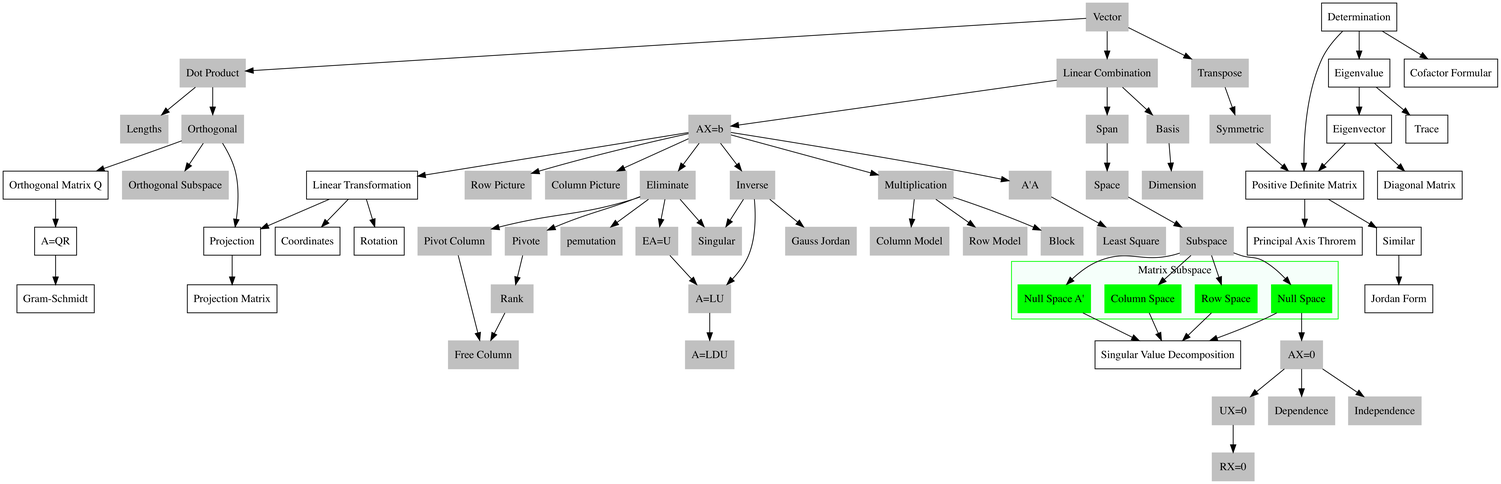
Tony-Tan/MachineLearningMath keeps this Graphviz diagram as LinearAlgebra.png. Above is the earlier version. Its source is kept beside it as LinearAlgebra/LinearAlgebra.dot. The source it was exported from:
```dot
digraph{
	dpi = 320;
	node[shape=box]
	lengths[label="Lengths",style=filled,color=gray];
	linear_combination[label="Linear Combination",style=filled,color=gray];
	row_picture[label="Row Picture",style=filled,color=gray];
	column_picture[label="Column Picture",style=filled,color=gray];
	eliminate[label="Eliminate",style=filled,color=gray];
	pivote[label="Pivote",style=filled,color=gray];
	pemutation[label="pemutation",style=filled,color=gray];
	ea_equ_u[label="EA=U",style=filled,color=gray];
	column_model[label="Column Model",style=filled,color=gray];
	row_model[label="Row Model",style=filled,color=gray];
	block[label="Block",style=filled,color=gray];
	multiplication[label="Multiplication",style=filled,color=gray]
	inverse[label="Inverse",style=filled,color=gray];
	singular[label="Singular",style=filled,color=gray];
	Gauss_Jordan[label="Gauss Jordan",style=filled,color=gray];
	a_equ_lu[label="A=LU",style=filled,color=gray];
	a_equ_ldu[label="A=LDU",style=filled,color=gray];
	transpose[label="Transpose",style=filled,color=gray];
	symmetric[label="Symmetric",style=filled,color=gray];

	space[label="Space",style=filled,color=gray];
	subspace[label="Subspace",style=filled,color=gray];

	rank_[label="Rank",style=filled,color=gray];
	pivot_column[label="Pivot Column",style=filled,color=gray];
	free_column[label="Free Column",style=filled,color=gray];
	ax_equ_0[label="AX=0",style=filled,color=gray];
	ux_equ_0[label="UX=0",style=filled,color=gray];
	rx_equ_0[label="RX=0",style=filled,color=gray];
	ax_equ_b[label="AX=b",style=filled,color=gray];
	dependence[label="Dependence",style=filled,color=gray];
	independence[label="Independence",style=filled,color=gray];
	span[label="Span",style=filled,color=gray];
	basis[label="Basis",style=filled,color=gray];
	dimension[label="Dimension",style=filled,color=gray];
	row_space[label="Row Space",style=filled,color=green];
	column_space[label="Column Space",style=filled,color=green];
	null_space[label="Null Space",style=filled,color=green];
	null_space_a_t[label="Null Space A\'",style=filled,color=green];
	subspace->row_space;
	subspace->null_space_a_t;
	subspace->column_space;
	subspace->null_space;
	subgraph cluster_sub_space{
		bgcolor="mintcream";
		label="Matrix Subspace"
		color=green;
		row_space;column_space;null_space;null_space_a_t;
	}


	vector[label="Vector",style=filled,color=gray];
	orthogonal[label="Orthogonal",style=filled,color=gray];
	orthogonal_subspace[label="Orthogonal Subspace",style=filled,color=gray];
	dot_product[label="Dot Product",style=filled,color=gray];
	projection[label="Projection"];
	projection_matrix[label="Projection Matrix"];
	least_square[label="Least Square",style=filled,color=gray];
	a_t_a[label="A\'A",style=filled,color=gray];
	orthogonal_matrix_q[label="Orthogonal Matrix Q"];
	a_equ_q_r[label="A=QR"];
	gram_schmidt[label="Gram-Schmidt"];
	determination[label="Determination"];
	cofactor_formular[label="Cofactor Formular"];
	eigenvalue[label="Eigenvalue"];
	eigenvector[label="Eigenvector"];
	trace[label="Trace"];
	diagonal_matrix[label="Diagonal Matrix"];
	positive_definite_matrix[label="Positive Definite Matrix"];
	principal_axis_theorem[label="Principal Axis Throrem"];
	similar[label="Similar"];
	Jordan_Form[label="Jordan Form"];
	singular_value_decomposition[label="Singular Value Decomposition"];
	linear_transformation[label="Linear Transformation"];
	coordinates[label="Coordinates"];
	rotation[label="Rotation"];



	edge[]
	vector->linear_combination;
	ax_equ_b->row_picture;
	ax_equ_b->a_t_a;
	ax_equ_b->column_picture;
	dot_product->lengths;
	ax_equ_b->eliminate;
	eliminate->pivote;
	eliminate->pemutation;
	eliminate->ea_equ_u;
	eliminate->singular;

	ax_equ_b->multiplication;
	ax_equ_b->inverse->singular;
	multiplication->column_model;
	multiplication->row_model;
	multiplication->block;
	inverse->Gauss_Jordan;
	inverse->a_equ_lu;
	ea_equ_u->a_equ_lu->a_equ_ldu;
	vector->transpose->symmetric;
	space->subspace;
	pivote->rank_->free_column;

	eliminate->pivot_column->free_column;

	ax_equ_0->ux_equ_0->rx_equ_0;

	null_space->ax_equ_0;
	ax_equ_0->dependence;
	ax_equ_0->independence;
	linear_combination->span;
	linear_combination->basis->dimension
	linear_combination->ax_equ_b;
	span->space;
	vector->dot_product->orthogonal->orthogonal_subspace;

	orthogonal->projection->projection_matrix;
	a_t_a->least_square;
	orthogonal->orthogonal_matrix_q->a_equ_q_r->gram_schmidt;

	determination->cofactor_formular;

	determination->eigenvalue->eigenvector;
	eigenvalue->trace;
	eigenvector->diagonal_matrix
	symmetric->positive_definite_matrix;
	determination->positive_definite_matrix;
	eigenvector->positive_definite_matrix;
	positive_definite_matrix->principal_axis_theorem;
	positive_definite_matrix->similar->Jordan_Form;
	row_space->singular_value_decomposition;
	column_space->singular_value_decomposition;
	null_space->singular_value_decomposition;
	null_space_a_t->singular_value_decomposition;
	ax_equ_b->linear_transformation;
	linear_transformation->coordinates;
	linear_transformation->projection;
	linear_transformation->rotation;
}
```
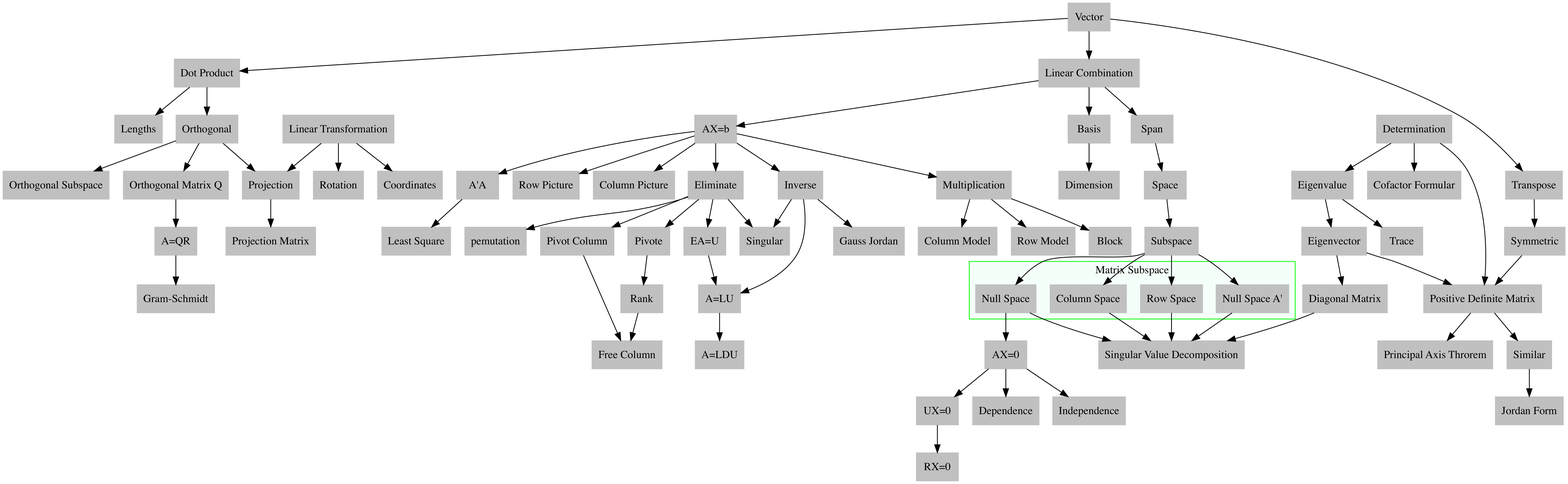
After the change.

The edit, as a diff of the source:
```diff
@@ -36,10 +36,10 @@
 	span[label="Span",style=filled,color=gray];
 	basis[label="Basis",style=filled,color=gray];
 	dimension[label="Dimension",style=filled,color=gray];
-	row_space[label="Row Space",style=filled,color=green];
-	column_space[label="Column Space",style=filled,color=green];
-	null_space[label="Null Space",style=filled,color=green];
-	null_space_a_t[label="Null Space A\'",style=filled,color=green];
+	row_space[label="Row Space",style=filled,color=gray];
+	column_space[label="Column Space",style=filled,color=gray];
+	null_space[label="Null Space",style=filled,color=gray];
+	null_space_a_t[label="Null Space A\'",style=filled,color=gray];
 	subspace->row_space;
 	subspace->null_space_a_t;
 	subspace->column_space;
@@ -56,27 +56,27 @@
 	orthogonal[label="Orthogonal",style=filled,color=gray];
 	orthogonal_subspace[label="Orthogonal Subspace",style=filled,color=gray];
 	dot_product[label="Dot Product",style=filled,color=gray];
-	projection[label="Projection"];
-	projection_matrix[label="Projection Matrix"];
+	projection[label="Projection",style=filled,color=gray];
+	projection_matrix[label="Projection Matrix",style=filled,color=gray];
 	least_square[label="Least Square",style=filled,color=gray];
 	a_t_a[label="A\'A",style=filled,color=gray];
-	orthogonal_matrix_q[label="Orthogonal Matrix Q"];
-	a_equ_q_r[label="A=QR"];
-	gram_schmidt[label="Gram-Schmidt"];
-	determination[label="Determination"];
-	cofactor_formular[label="Cofactor Formular"];
-	eigenvalue[label="Eigenvalue"];
-	eigenvector[label="Eigenvector"];
-	trace[label="Trace"];
-	diagonal_matrix[label="Diagonal Matrix"];
-	positive_definite_matrix[label="Positive Definite Matrix"];
-	principal_axis_theorem[label="Principal Axis Throrem"];
-	similar[label="Similar"];
-	Jordan_Form[label="Jordan Form"];
-	singular_value_decomposition[label="Singular Value Decomposition"];
-	linear_transformation[label="Linear Transformation"];
-	coordinates[label="Coordinates"];
-	rotation[label="Rotation"];
+	orthogonal_matrix_q[label="Orthogonal Matrix Q",style=filled,color=gray];
+	a_equ_q_r[label="A=QR",style=filled,color=gray];
+	gram_schmidt[label="Gram-Schmidt",style=filled,color=gray];
+	determination[label="Determination",style=filled,color=gray];
+	cofactor_formular[label="Cofactor Formular",style=filled,color=gray];
+	eigenvalue[label="Eigenvalue",style=filled,color=gray];
+	eigenvector[label="Eigenvector",style=filled,color=gray];
+	trace[label="Trace",style=filled,color=gray];
+	diagonal_matrix[label="Diagonal Matrix",style=filled,color=gray];
+	positive_definite_matrix[label="Positive Definite Matrix",style=filled,color=gray];
+	principal_axis_theorem[label="Principal Axis Throrem",style=filled,color=gray];
+	similar[label="Similar",style=filled,color=gray];
+	Jordan_Form[label="Jordan Form",style=filled,color=gray];
+	singular_value_decomposition[label="Singular Value Decomposition",style=filled,color=gray];
+	linear_transformation[label="Linear Transformation",style=filled,color=gray];
+	coordinates[label="Coordinates",style=filled,color=gray];
+	rotation[label="Rotation",style=filled,color=gray];
 
 
 
@@ -135,7 +135,8 @@
 	column_space->singular_value_decomposition;
 	null_space->singular_value_decomposition;
 	null_space_a_t->singular_value_decomposition;
-	ax_equ_b->linear_transformation;
+	diagonal_matrix->singular_value_decomposition;
+
 	linear_transformation->coordinates;
 	linear_transformation->projection;
 	linear_transformation->rotation;
```
